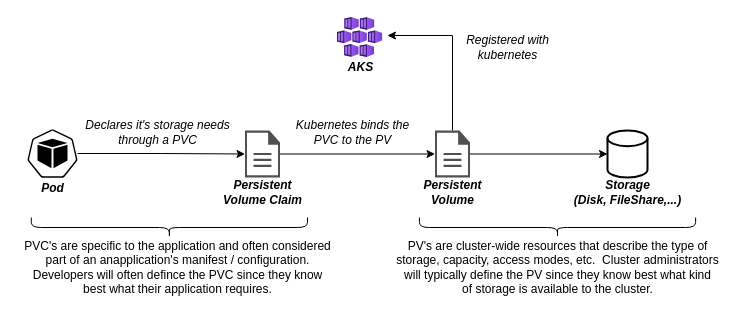
rickrain/k8s-volumes keeps this draw.io diagram as images/k8s-volumes.drawio. Above is the earlier version. Source tidied: cells renumbered, new cells numbered last; positions are measured from the earlier drawing's top-left corner, leaving out a move shared by most shapes. Both pictures are drawn from the tidied source at 100%, with x=0, y=0 at pixel (17, 17).
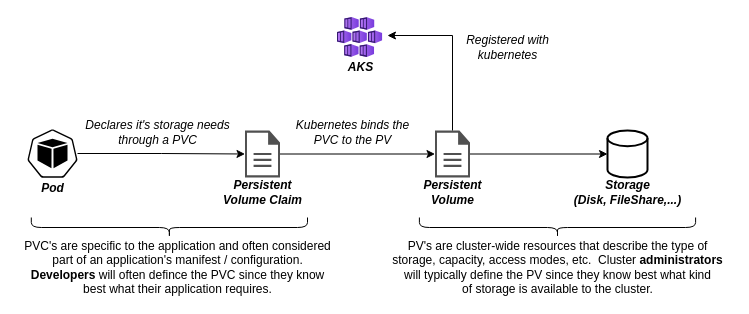
After the change.

Change to the diagram source:
```diff
@@
-    <mxCell id="25" value="PVC's are specific to the application and often considered &lt;br&gt;part of an anapplication's manifest / configuration.&lt;br&gt;Developers will often defince the PVC since they know&lt;br&gt;best what their application requires." style="text;html=1;align=center;verticalAlign=middle;" parent="1" vertex="1">
+    <mxCell id="25" value="PVC's are specific to the application and often considered &lt;br&gt;part of an application's manifest / configuration.&lt;br&gt;&lt;b&gt;Developers&lt;/b&gt; will often defince the PVC since they know&lt;br&gt;best what their application requires." style="text;html=1;align=center;verticalAlign=middle;" parent="1" vertex="1">
       <mxGeometry y="220" width="320" height="60" as="geometry" />
     </mxCell>
@@
-    <mxCell id="27" value="PV's are cluster-wide resources that describe the type of&lt;br&gt;storage, capacity, access modes, etc.&amp;nbsp; Cluster administrators&lt;br&gt;will typically define the PV since they know best what kind&lt;br&gt;of storage is available to the cluster." style="text;html=1;align=center;verticalAlign=middle;" parent="1" vertex="1">
-      <mxGeometry x="370" y="220" width="340" height="60" as="geometry" />
+    <mxCell id="27" value="PV's are cluster-wide resources that describe the type of&lt;br&gt;storage, capacity, access modes, etc.&amp;nbsp; Cluster &lt;b&gt;administrators&lt;/b&gt;&lt;br&gt;will typically define the PV since they know best what kind&lt;br&gt;of storage is available to the cluster." style="text;html=1;align=center;verticalAlign=middle;" parent="1" vertex="1">
+      <mxGeometry x="365" y="220" width="350" height="60" as="geometry" />
     </mxCell>
```
